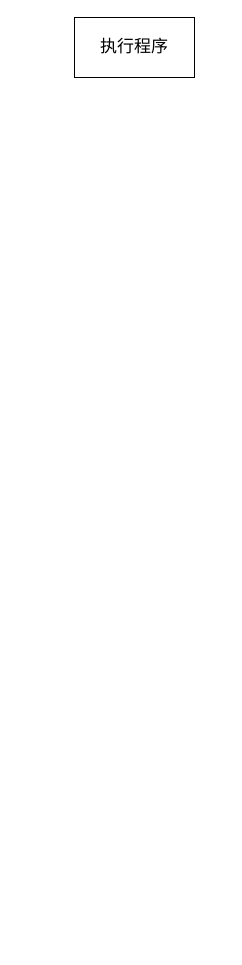
This is Untitled Diagram.drawio from William-Tong/yonge, a draw.io file, before an edit. Source tidied: cells renumbered, new cells numbered last; positions are measured from the earlier drawing's top-left corner, leaving out a move shared by most shapes. Both pictures are drawn from the tidied source at 100%, with x=0, y=0 at pixel (74, 17).
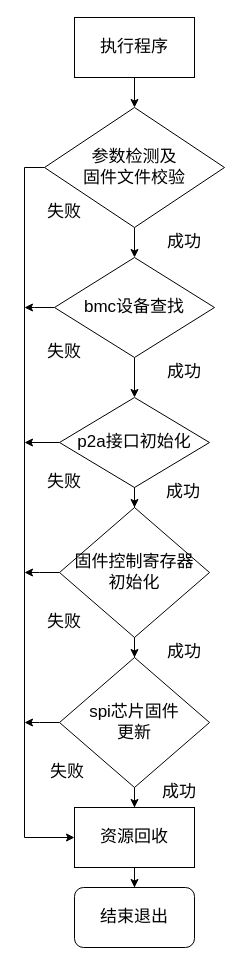
Above is the later version.

Unchanged cells that the change refers to:
```xml
<mxCell id="2" value="&lt;font style=&quot;font-size: 17px&quot;&gt;执行程序&lt;/font&gt;" style="rounded=0;whiteSpace=wrap;html=1;" parent="1" vertex="1">
  <mxGeometry width="120" height="60" as="geometry" />
</mxCell>
```

Diff of the diagram source:
```diff
@@
+    <mxCell id="3" style="edgeStyle=orthogonalEdgeStyle;rounded=0;jettySize=auto;html=1;exitX=0.5;exitY=1;exitDx=0;exitDy=0;entryX=0.5;entryY=0;entryDx=0;entryDy=0;fontSize=17;" parent="1" edge="1" source="5" target="9">
+      <mxGeometry relative="1" as="geometry" />
+    </mxCell>
+    <mxCell id="4" style="edgeStyle=orthogonalEdgeStyle;rounded=0;jettySize=auto;html=1;exitX=0;exitY=0.5;exitDx=0;exitDy=0;entryX=0;entryY=0.5;entryDx=0;entryDy=0;fontSize=17;" parent="1" edge="1" source="5" target="22">
+      <mxGeometry relative="1" as="geometry" />
+    </mxCell>
+    <mxCell id="5" value="参数检测及&lt;br&gt;固件文件校验" style="rhombus;whiteSpace=wrap;html=1;fontSize=17;" parent="1" vertex="1">
+      <mxGeometry x="-30" y="90" width="180" height="120" as="geometry" />
+    </mxCell>
+    <mxCell id="6" style="endArrow=classic;html=1;rounded=0;fontSize=17;exitX=0.5;exitY=1;exitDx=0;exitDy=0;" parent="1" edge="1" source="2" target="5">
+      <mxGeometry relative="1" as="geometry" />
+    </mxCell>
+    <mxCell id="7" style="edgeStyle=orthogonalEdgeStyle;rounded=0;jettySize=auto;html=1;fontSize=17;" parent="1" edge="1" source="9" target="12">
+      <mxGeometry relative="1" as="geometry" />
+    </mxCell>
+    <mxCell id="8" style="edgeStyle=orthogonalEdgeStyle;rounded=0;jettySize=auto;html=1;fontSize=17;" parent="1" edge="1" source="9">
+      <mxGeometry relative="1" as="geometry">
+        <mxPoint x="-50" y="290" as="targetPoint" />
+      </mxGeometry>
+    </mxCell>
+    <mxCell id="9" value="bmc设备查找" style="rhombus;whiteSpace=wrap;html=1;fontSize=17;" parent="1" vertex="1">
+      <mxGeometry x="-20" y="240" width="160" height="100" as="geometry" />
+    </mxCell>
+    <mxCell id="10" style="edgeStyle=orthogonalEdgeStyle;rounded=0;jettySize=auto;html=1;fontSize=17;" parent="1" edge="1" source="12" target="16">
+      <mxGeometry relative="1" as="geometry" />
+    </mxCell>
+    <mxCell id="11" style="edgeStyle=orthogonalEdgeStyle;rounded=0;jettySize=auto;html=1;exitX=0;exitY=0.5;exitDx=0;exitDy=0;fontSize=17;" parent="1" edge="1" source="12">
+      <mxGeometry relative="1" as="geometry">
+        <mxPoint x="-50" y="425" as="targetPoint" />
+      </mxGeometry>
+    </mxCell>
+    <mxCell id="12" value="p2a接口初始化" style="rhombus;whiteSpace=wrap;html=1;fontSize=17;" parent="1" vertex="1">
+      <mxGeometry x="-15" y="380" width="150" height="90" as="geometry" />
+    </mxCell>
+    <mxCell id="13" style="edgeStyle=orthogonalEdgeStyle;rounded=0;orthogonalLoop=1;jettySize=auto;html=1;exitX=0.5;exitY=1;exitDx=0;exitDy=0;fontSize=17;" parent="1" edge="1" source="12" target="12">
+      <mxGeometry relative="1" as="geometry" />
+    </mxCell>
+    <mxCell id="14" style="edgeStyle=orthogonalEdgeStyle;rounded=0;jettySize=auto;html=1;fontSize=17;" parent="1" edge="1" source="16" target="19">
+      <mxGeometry relative="1" as="geometry" />
+    </mxCell>
+    <mxCell id="15" style="edgeStyle=orthogonalEdgeStyle;rounded=0;jettySize=auto;html=1;fontSize=17;" parent="1" edge="1" source="16">
+      <mxGeometry relative="1" as="geometry">
+        <mxPoint x="-50" y="555" as="targetPoint" />
+      </mxGeometry>
+    </mxCell>
+    <mxCell id="16" value="&lt;span&gt;固件控制寄存器&lt;/span&gt;&lt;br&gt;&lt;span&gt;初始化&lt;/span&gt;" style="rhombus;whiteSpace=wrap;html=1;fontSize=17;labelPosition=center;verticalLabelPosition=middle;align=center;verticalAlign=middle;" parent="1" vertex="1">
+      <mxGeometry x="-15" y="490" width="150" height="130" as="geometry" />
+    </mxCell>
+    <mxCell id="17" style="edgeStyle=orthogonalEdgeStyle;rounded=0;jettySize=auto;html=1;fontSize=17;" parent="1" edge="1" source="19" target="22">
+      <mxGeometry relative="1" as="geometry" />
+    </mxCell>
+    <mxCell id="18" style="edgeStyle=orthogonalEdgeStyle;rounded=0;jettySize=auto;html=1;fontSize=17;" parent="1" edge="1" source="19">
+      <mxGeometry relative="1" as="geometry">
+        <mxPoint x="-50" y="705" as="targetPoint" />
+      </mxGeometry>
+    </mxCell>
+    <mxCell id="19" value="spi芯片固件&lt;br&gt;更新" style="rhombus;whiteSpace=wrap;html=1;fontSize=17;labelPosition=center;verticalLabelPosition=middle;align=center;verticalAlign=middle;" parent="1" vertex="1">
+      <mxGeometry x="-15" y="640" width="150" height="130" as="geometry" />
+    </mxCell>
+    <mxCell id="20" value="结束退出" style="rounded=1;whiteSpace=wrap;html=1;fontSize=17;" parent="1" vertex="1">
+      <mxGeometry y="870" width="120" height="60" as="geometry" />
+    </mxCell>
+    <mxCell id="21" style="edgeStyle=orthogonalEdgeStyle;rounded=0;jettySize=auto;html=1;fontSize=17;" parent="1" edge="1" source="22" target="20">
+      <mxGeometry relative="1" as="geometry" />
+    </mxCell>
+    <mxCell id="22" value="资源回收" style="rounded=0;whiteSpace=wrap;html=1;fontSize=17;" parent="1" vertex="1">
+      <mxGeometry y="790" width="120" height="60" as="geometry" />
+    </mxCell>
+    <mxCell id="23" value="成功" style="text;html=1;strokeColor=none;fillColor=none;align=center;verticalAlign=middle;whiteSpace=wrap;rounded=0;fontSize=17;" parent="1" vertex="1">
+      <mxGeometry x="80" y="210" width="60" height="30" as="geometry" />
+    </mxCell>
+    <mxCell id="24" value="成功" style="text;html=1;strokeColor=none;fillColor=none;align=center;verticalAlign=middle;whiteSpace=wrap;rounded=0;fontSize=17;" parent="1" vertex="1">
+      <mxGeometry x="80" y="340" width="60" height="30" as="geometry" />
+    </mxCell>
+    <mxCell id="25" value="成功" style="text;html=1;strokeColor=none;fillColor=none;align=center;verticalAlign=middle;whiteSpace=wrap;rounded=0;fontSize=17;" parent="1" vertex="1">
+      <mxGeometry x="79" y="460" width="60" height="30" as="geometry" />
+    </mxCell>
+    <mxCell id="26" value="成功" style="text;html=1;strokeColor=none;fillColor=none;align=center;verticalAlign=middle;whiteSpace=wrap;rounded=0;fontSize=17;" parent="1" vertex="1">
+      <mxGeometry x="80" y="620" width="60" height="30" as="geometry" />
+    </mxCell>
+    <mxCell id="27" value="成功" style="text;html=1;strokeColor=none;fillColor=none;align=center;verticalAlign=middle;whiteSpace=wrap;rounded=0;fontSize=17;" parent="1" vertex="1">
+      <mxGeometry x="75" y="760" width="60" height="30" as="geometry" />
+    </mxCell>
+    <mxCell id="28" value="失败" style="text;html=1;strokeColor=none;fillColor=none;align=center;verticalAlign=middle;whiteSpace=wrap;rounded=0;fontSize=17;" parent="1" vertex="1">
+      <mxGeometry x="-40" y="320" width="60" height="30" as="geometry" />
+    </mxCell>
+    <mxCell id="29" value="失败" style="text;html=1;strokeColor=none;fillColor=none;align=center;verticalAlign=middle;whiteSpace=wrap;rounded=0;fontSize=17;" parent="1" vertex="1">
+      <mxGeometry x="-40" y="180" width="60" height="30" as="geometry" />
+    </mxCell>
+    <mxCell id="30" value="失败" style="text;html=1;strokeColor=none;fillColor=none;align=center;verticalAlign=middle;whiteSpace=wrap;rounded=0;fontSize=17;" parent="1" vertex="1">
+      <mxGeometry x="-40" y="450" width="60" height="30" as="geometry" />
+    </mxCell>
+    <mxCell id="31" value="失败" style="text;html=1;strokeColor=none;fillColor=none;align=center;verticalAlign=middle;whiteSpace=wrap;rounded=0;fontSize=17;" parent="1" vertex="1">
+      <mxGeometry x="-40" y="590" width="60" height="30" as="geometry" />
+    </mxCell>
+    <mxCell id="32" value="失败" style="text;html=1;strokeColor=none;fillColor=none;align=center;verticalAlign=middle;whiteSpace=wrap;rounded=0;fontSize=17;" parent="1" vertex="1">
+      <mxGeometry x="-37" y="740" width="60" height="30" as="geometry" />
+    </mxCell>
```
